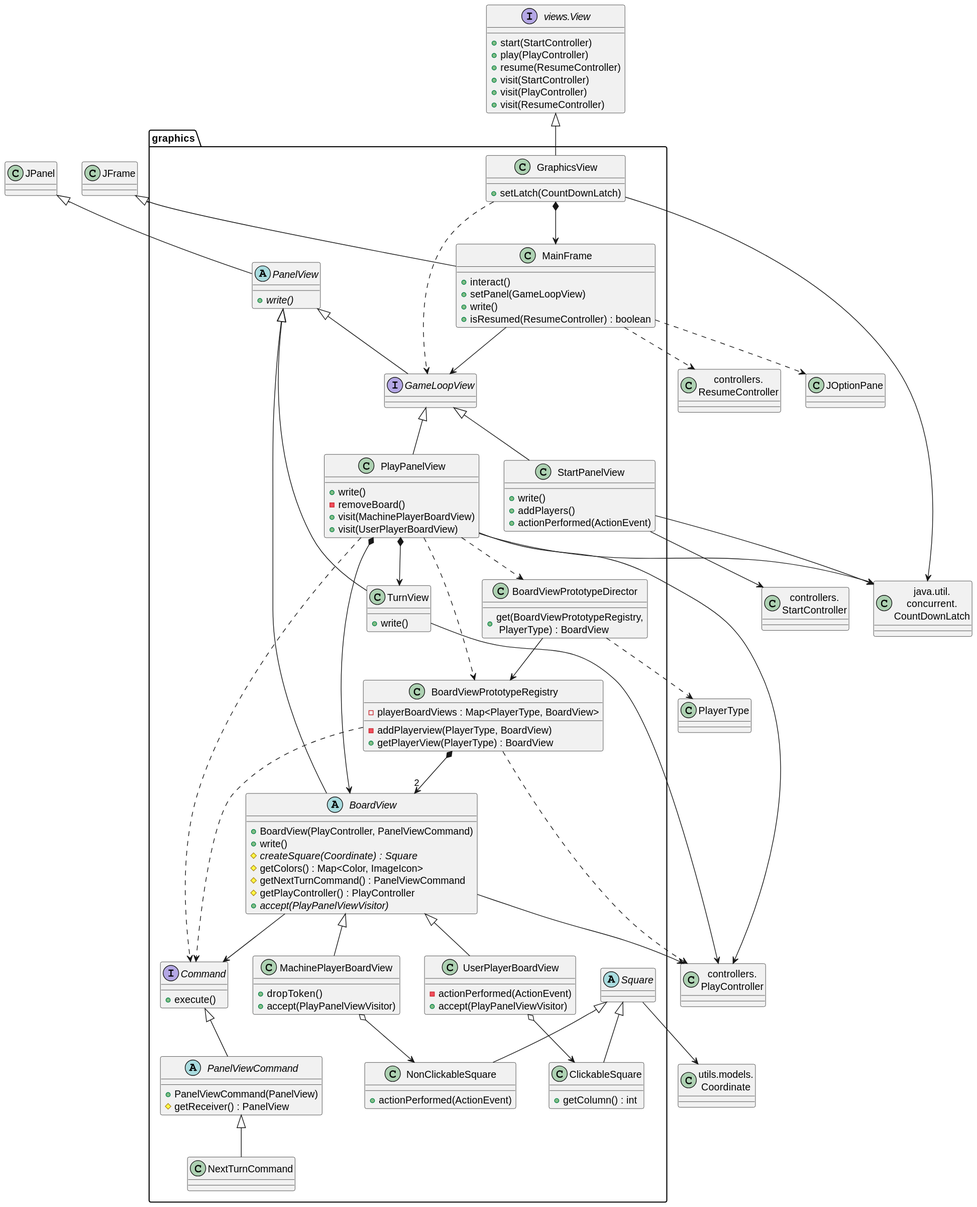
js-rom/connect4 keeps this PlantUML diagram as out/connect4/Docs/diagrams/src/packages/connect4.connect4.views.graphics/connect4.connect4.views.graphics.svg. Above is the earlier version.
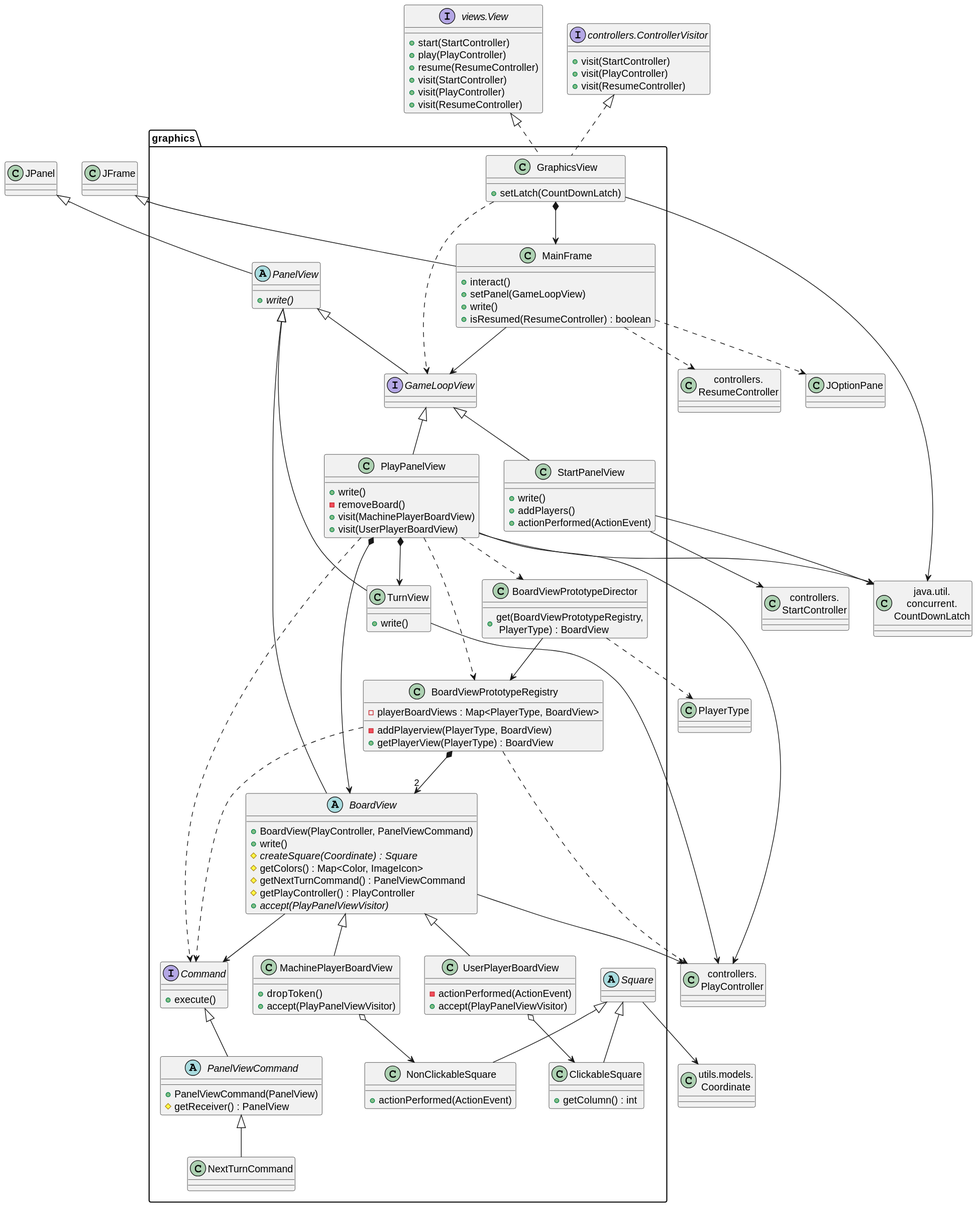
Above is the later version.

Change to the diagram source:
```diff
@@ -84,6 +84,12 @@
     +visit(ResumeController)
 }
 
+interface ControllerVisitor as "controllers.ControllerVisitor" {
+    +visit(StartController)
+    +visit(PlayController)
+    +visit(ResumeController)
+}
+
 
 GraphicsView --> CountDownLatch
 class JFrame
@@ -100,7 +106,8 @@
 MainFrame ..> ResumeController
 
 
-View <|-- GraphicsView
+View <|.. GraphicsView
+ControllerVisitor <|.. GraphicsView
 
 class JOptionPane
 MainFrame ..> JOptionPane
```
